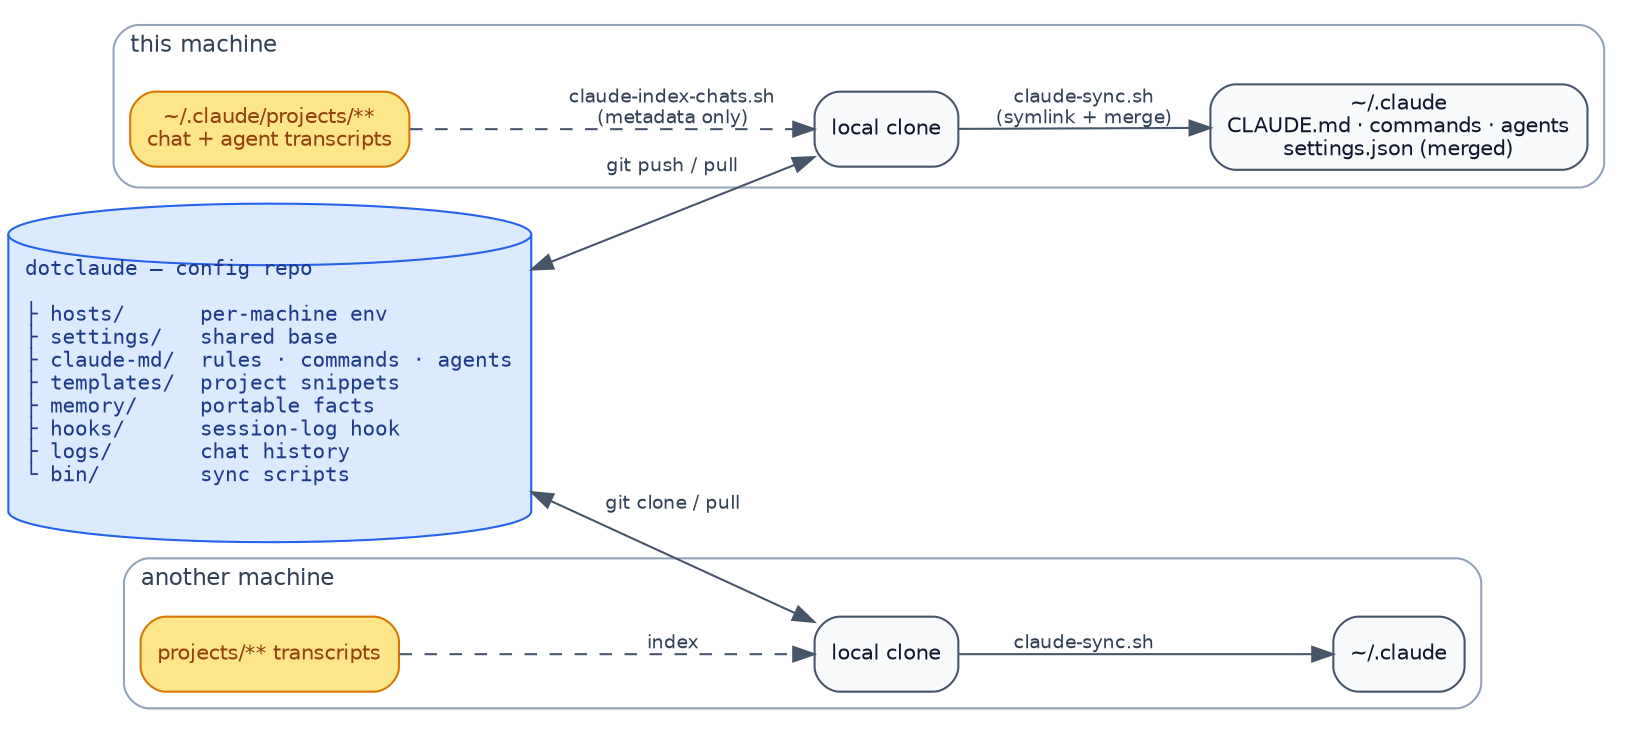
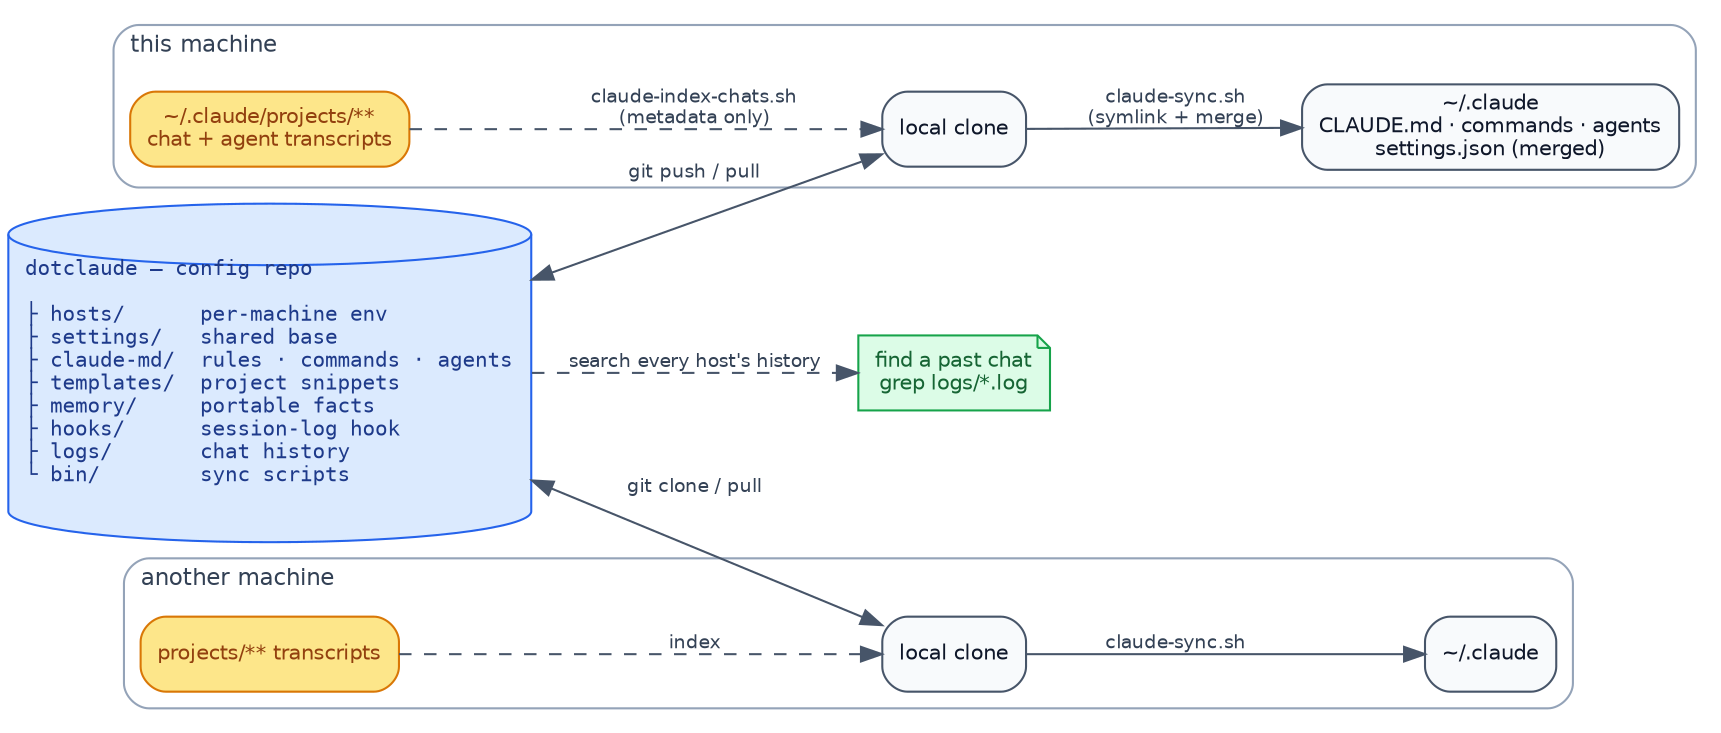
// Source for docs/overview.svg — render with:  dot -Tsvg docs/overview.dot -o docs/overview.svg
digraph dotclaude {
  rankdir=LR;
  bgcolor="white";
  fontname="Helvetica"; fontsize=11;
  node  [fontname="Helvetica", fontsize=10, shape=box, style="rounded,filled",
         fillcolor="#f8fafc", color="#475569", fontcolor="#0f172a"];
  edge  [fontname="Helvetica", fontsize=9, color="#475569", fontcolor="#334155"];

  GH [shape=cylinder, fontname="Courier", fillcolor="#dbeafe", color="#2563eb",
      fontcolor="#1e3a8a",
      label="dotclaude — config repo\l \l├ hosts/      per-machine env\l├ settings/   shared base\l├ claude-md/  rules · commands · agents\l├ templates/  project snippets\l├ memory/     portable facts\l├ hooks/      session-log hook\l├ logs/       chat history\l└ bin/        sync scripts\l"];

  subgraph cluster_A {
    label="this machine"; labeljust="l"; style="rounded"; color="#94a3b8";
    fontcolor="#334155"; fontsize=11;
    C1   [label="local clone"];
    CFG1 [label="~/.claude\nCLAUDE.md · commands · agents\nsettings.json (merged)"];
    TX1  [label="~/.claude/projects/**\nchat + agent transcripts",
          fillcolor="#fde68a", color="#d97706", fontcolor="#92400e"];
  }

  subgraph cluster_B {
    label="another machine"; labeljust="l"; style="rounded"; color="#94a3b8";
    fontcolor="#334155"; fontsize=11;
    C2   [label="local clone"];
    CFG2 [label="~/.claude"];
    TX2  [label="projects/** transcripts",
          fillcolor="#fde68a", color="#d97706", fontcolor="#92400e"];
  }

+   FIND [shape=note, fontname="Helvetica", fillcolor="#dcfce7", color="#16a34a",
+         fontcolor="#166534", label="find a past chat\ngrep logs/*.log"];
+   GH  -> FIND [style=dashed, label="search every host's history"];
+ 
  GH  -> C1  [dir=both, label="git push / pull"];
  GH  -> C2  [dir=both, label="git clone / pull"];
  C1  -> CFG1 [label="claude-sync.sh\n(symlink + merge)"];
  C2  -> CFG2 [label="claude-sync.sh"];
  TX1 -> C1  [style=dashed, label="claude-index-chats.sh\n(metadata only)"];
  TX2 -> C2  [style=dashed, label="index"];
}
